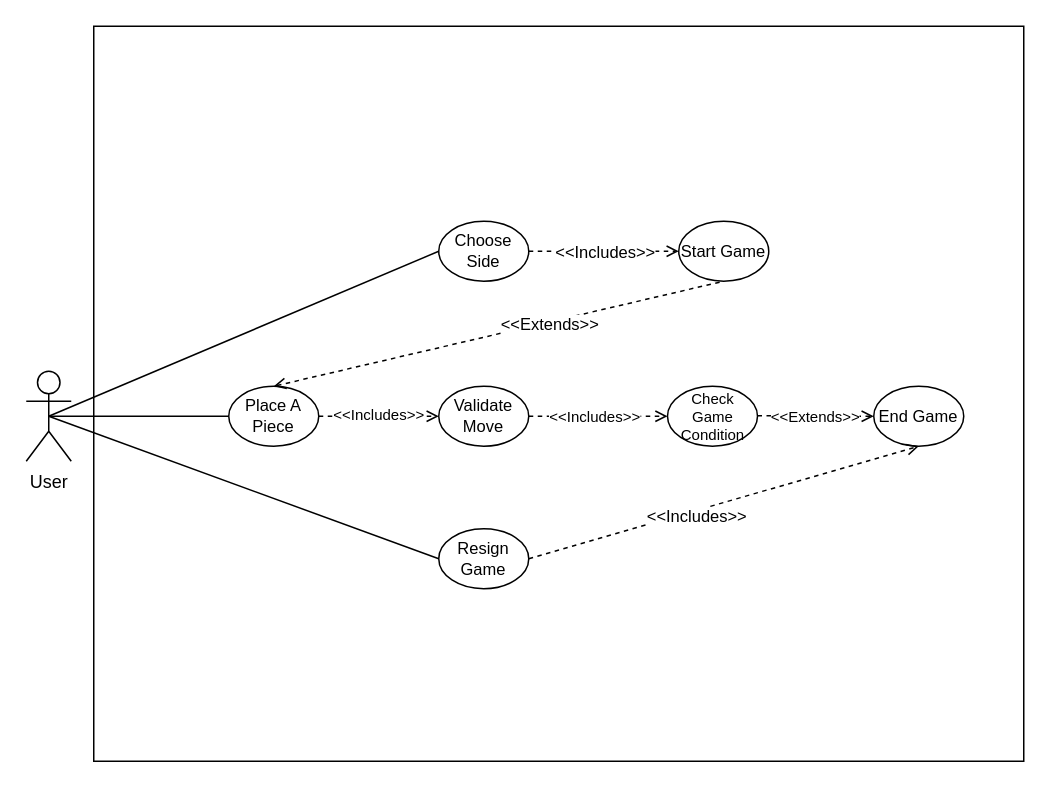
m-yoon02/Condensation keeps this draw.io diagram as Iteration_1/Backend/UseCaseDiagrams/backend_UseCaseDiagram.drawio. Above is the earlier version. Source tidied: cells renumbered, new cells numbered last; positions are measured from the earlier drawing's top-left corner, leaving out a move shared by most shapes. Both pictures are drawn from the tidied source at 150%, with x=0, y=0 at pixel (26, 26).
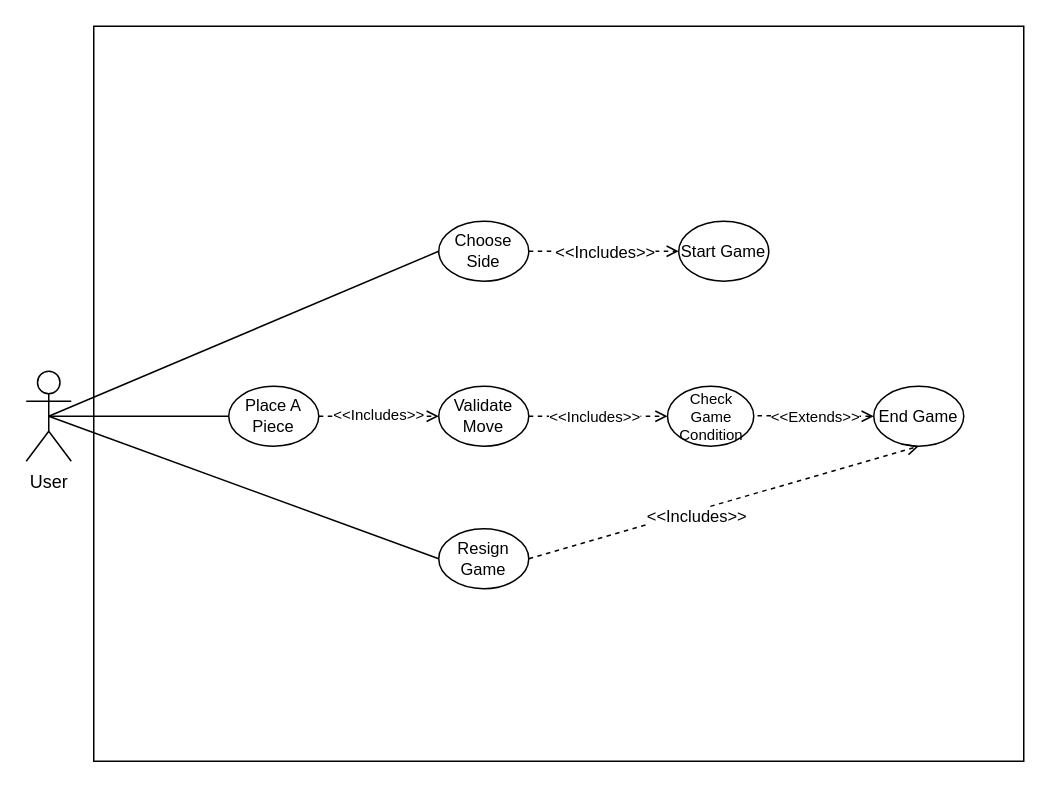
Above is the later version.

Commit message:
removed relationship between start game and end a piece

The change refers to these unchanged cells:
```xml
<mxCell id="4" value="Start Game" style="ellipse;whiteSpace=wrap;html=1;fontSize=11;" parent="1" vertex="1">
  <mxGeometry x="435" y="130" width="60" height="40" as="geometry" />
</mxCell>
```

Change to the diagram source:
```diff
@@
     <mxCell id="15" value="Check Game Condition" style="ellipse;whiteSpace=wrap;html=1;fontSize=10;" parent="1" vertex="1">
-      <mxGeometry x="427.5" y="240" width="60" height="40" as="geometry" />
+      <mxGeometry x="427.5" y="240" width="57.5" height="40" as="geometry" />
     </mxCell>
@@
-    <mxCell id="19" style="endArrow=none;dashed=1;html=1;rounded=0;entryX=0.5;entryY=1;entryDx=0;entryDy=0;endFill=0;startArrow=open;startFill=0;" parent="1" edge="1" target="4">
-      <mxGeometry relative="1" as="geometry">
-        <mxPoint x="165" y="240" as="sourcePoint" />
-      </mxGeometry>
-    </mxCell>
-    <mxCell id="20" value="&amp;lt;&amp;lt;Extends&amp;gt;&amp;gt;" style="edgeLabel;html=1;align=center;verticalAlign=middle;" parent="19" vertex="1">
-      <mxGeometry x="0.22" y="-1" relative="1" as="geometry" />
-    </mxCell>
```
